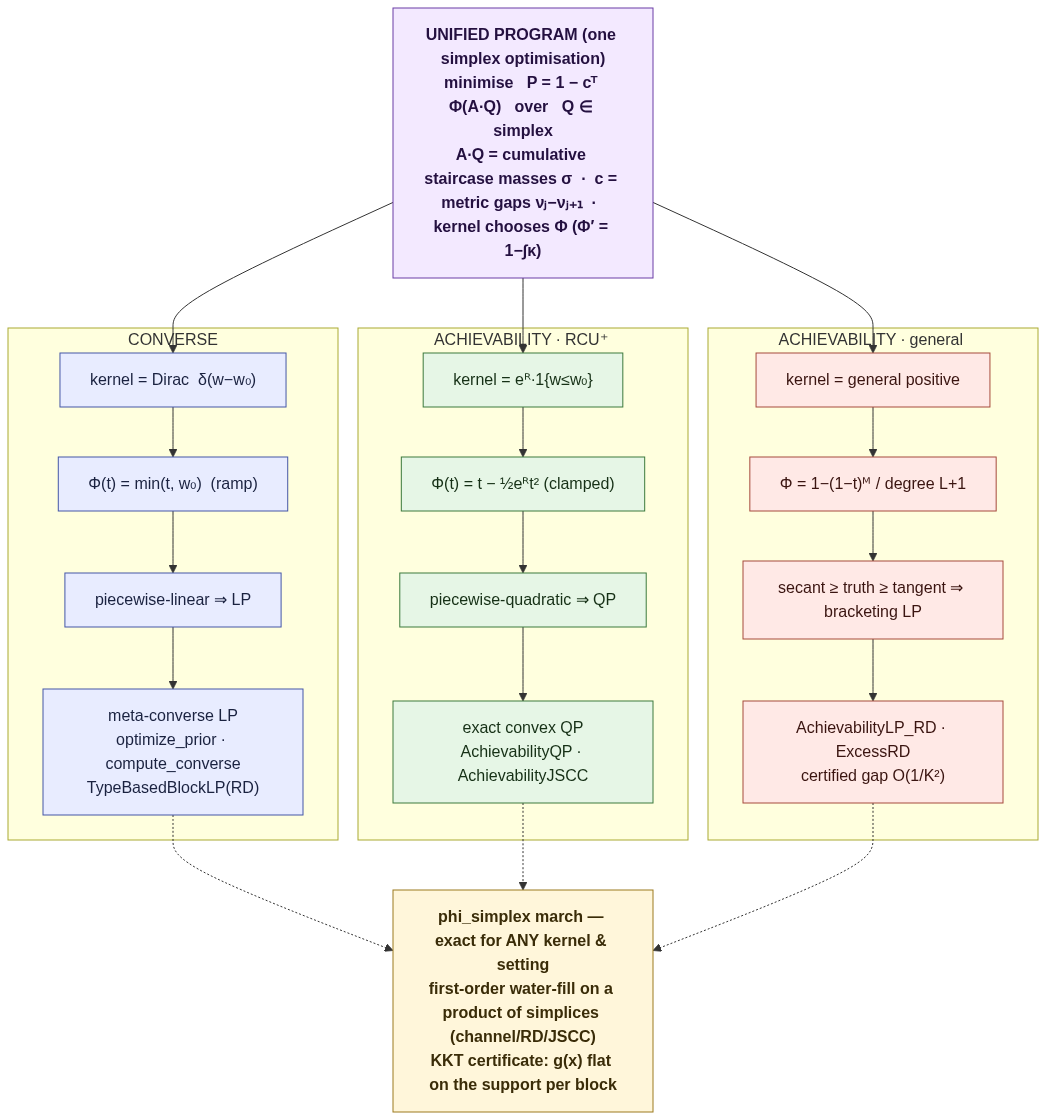
Before: docs/algorithms.png, a diagram exported from Mermaid (nire123/one_shot_IT). Its source is kept beside it as docs/algorithms.mmd.
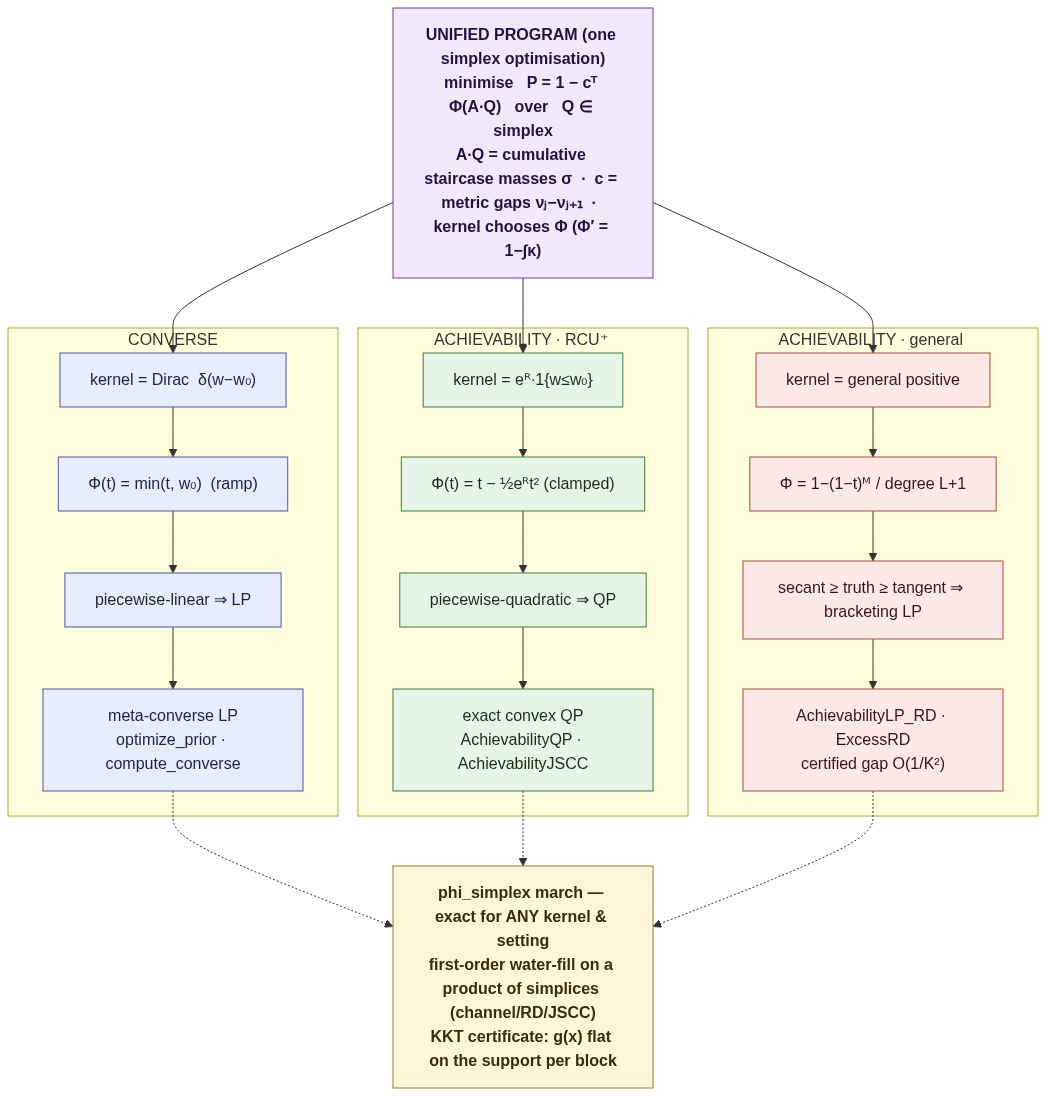
After the commit.

Diff of the diagram source:
```diff
@@ -13,7 +13,7 @@
 
   subgraph CONVERSE[" CONVERSE "]
     direction TB
-    K1["kernel = Dirac &nbsp;δ(w−w₀)"]:::conv --> F1["Φ(t) = min(t, w₀) &nbsp;(ramp)"]:::conv --> R1["piecewise-linear ⇒ LP"]:::conv --> S1["meta-converse LP<br/>optimize_prior · compute_converse<br/>TypeBasedBlockLP(RD)"]:::conv
+    K1["kernel = Dirac &nbsp;δ(w−w₀)"]:::conv --> F1["Φ(t) = min(t, w₀) &nbsp;(ramp)"]:::conv --> R1["piecewise-linear ⇒ LP"]:::conv --> S1["meta-converse LP<br/>optimize_prior · compute_converse"]:::conv
   end
 
   subgraph ACHA[" ACHIEVABILITY · RCU⁺ (list L=1) "]
```
